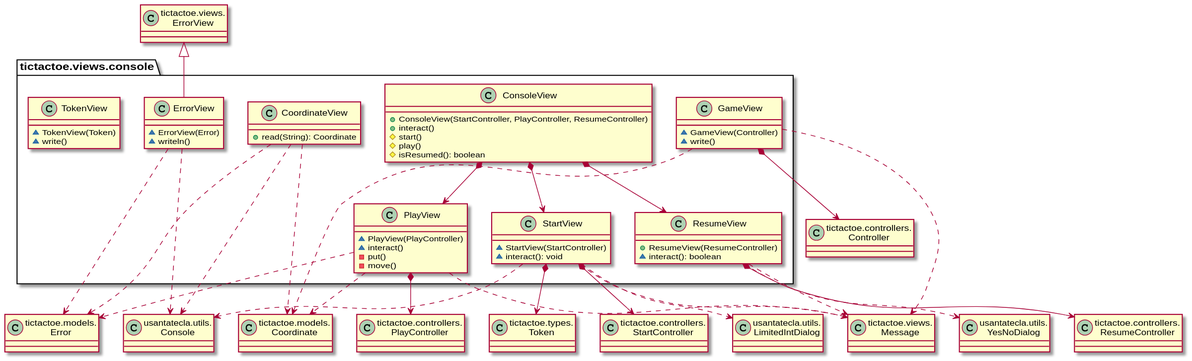
Earlier version of the PlantUML export modelViewPresenter/presentationModel/basic/docs/diagrams/out/paquetes/paqueteTicTacToeViewsConsole.svg (Jolucaa/USantaTecla-project-ticTacToe).
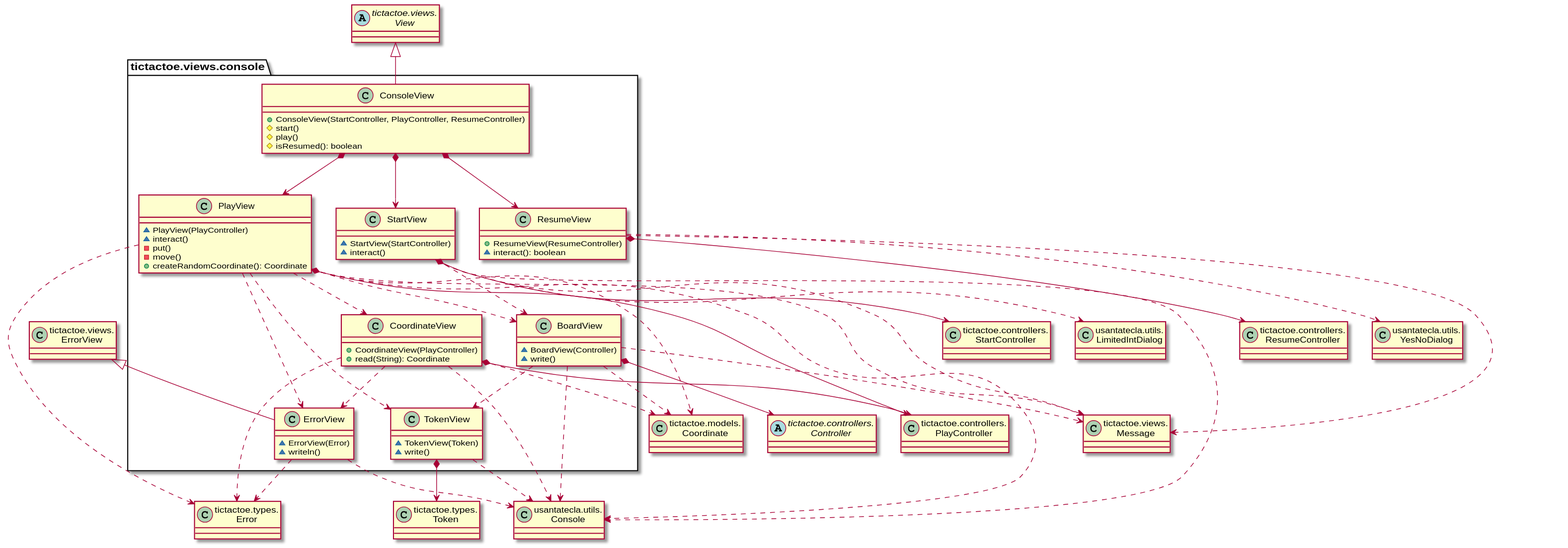
The same diagram one commit later.

Change to the diagram source:
```diff
@@ -1,85 +1,96 @@
 @startuml
-class Error as "tictactoe.models.\nError" {}
-class Coordinate as "tictactoe.models.\nCoordinate" {}
-class Console as "usantatecla.utils.\nConsole" {}
-class Controller as "tictactoe.controllers.\nController" {}
-class PlayController as "tictactoe.controllers.\nPlayController" {}
-class ResumeController as "tictactoe.controllers.\nResumeController" {}
-class YesNoDialog as "usantatecla.utils.\nYesNoDialog" {}
-class StartController as "tictactoe.controllers.\nStartController" {}
-class LimitedIntDialog as "usantatecla.utils.\nLimitedIntDialog" {}
-class Token as "tictactoe.types.\nToken" {}
-class Message as "tictactoe.views.\nMessage" {}
-class ErrorView as "tictactoe.views.\nErrorView" {}
+class Coordinate as "tictactoe.models.\nCoordinate"
+class Token as "tictactoe.types.\nToken"
+class Error as "tictactoe.types.\nError"
+abstract class Controller as "tictactoe.controllers.\nController"
+class StartController as "tictactoe.controllers.\nStartController"
+class PlayController as "tictactoe.controllers.\nPlayController"
+class ResumeController as "tictactoe.controllers.\nResumeController"
+abstract class View as "tictactoe.views.\nView"
+class Message as "tictactoe.views.\nMessage"
+class ErrorView as "tictactoe.views.\nErrorView"
+class Console as "usantatecla.utils.\nConsole"
+class YesNoDialog as "usantatecla.utils.\nYesNoDialog"
+class LimitedIntDialog as "usantatecla.utils.\nLimitedIntDialog"
 
 class tictactoe.views.console.ConsoleView{
-+ ConsoleView(StartController, PlayController, ResumeController)
-+ interact()
-# start()
-# play()
-# isResumed(): boolean
+  + ConsoleView(StartController, PlayController, ResumeController)
+  # start()
+  # play()
+  # isResumed(): boolean
 }
+tictactoe.views.console.ConsoleView -up-|> View
 tictactoe.views.console.ConsoleView *-down-> tictactoe.views.console.StartView
 tictactoe.views.console.ConsoleView *-down-> tictactoe.views.console.PlayView
 tictactoe.views.console.ConsoleView *-down-> tictactoe.views.console.ResumeView
 
 class tictactoe.views.console.CoordinateView {
-+ read(String): Coordinate
+  + CoordinateView(PlayController)
+  + read(String): Coordinate
 }
-
+tictactoe.views.console.CoordinateView *-down-> PlayController
+tictactoe.views.console.CoordinateView .down.> tictactoe.views.console.ErrorView
 tictactoe.views.console.CoordinateView .down.> Console
 tictactoe.views.console.CoordinateView .down.> Error
 tictactoe.views.console.CoordinateView .down.> Coordinate
 
 class  tictactoe.views.console.ErrorView{
-~ ErrorView(Error)
-~ writeln()
+  ~ ErrorView(Error)
+  ~ writeln()
 }
 tictactoe.views.console.ErrorView .down.> Error
 tictactoe.views.console.ErrorView .down.> Console
 ErrorView <|-down- tictactoe.views.console.ErrorView
 
-class  tictactoe.views.console.GameView{
-~ GameView(Controller)
-~ write()
+class  tictactoe.views.console.BoardView{
+  ~ BoardView(Controller)
+  ~ write()
 }
-
-tictactoe.views.console.GameView *-down-> Controller
-tictactoe.views.console.GameView .down.> Coordinate
-tictactoe.views.console.GameView .down.> Message
+tictactoe.views.console.BoardView *-down-> Controller
+tictactoe.views.console.BoardView .down.> tictactoe.views.console.TokenView
+tictactoe.views.console.BoardView .down.> Coordinate
+tictactoe.views.console.BoardView .down.> Message
+tictactoe.views.console.BoardView .down.> Console
 
 class  tictactoe.views.console.PlayView{
-~ PlayView(PlayController)
-~ interact()
-- put()
-- move()
+  ~ PlayView(PlayController)
+  ~ interact()
+  - put()
+  - move()
+  + createRandomCoordinate(): Coordinate
 }
-
 tictactoe.views.console.PlayView *-down-> PlayController
+tictactoe.views.console.PlayView .down.> tictactoe.views.console.BoardView
+tictactoe.views.console.PlayView .down.> tictactoe.views.console.TokenView
+tictactoe.views.console.PlayView .down.> tictactoe.views.console.CoordinateView
+tictactoe.views.console.PlayView .down.> tictactoe.views.console.ErrorView
 tictactoe.views.console.PlayView .down.> Coordinate
 tictactoe.views.console.PlayView .down.> Message
 tictactoe.views.console.PlayView .down.> Error
+tictactoe.views.console.PlayView .down.> Console
 
 class  tictactoe.views.console.ResumeView{
-+ ResumeView(ResumeController)
-~ interact(): boolean
+  + ResumeView(ResumeController)
+  ~ interact(): boolean
 }
 tictactoe.views.console.ResumeView *-down-> ResumeController
 tictactoe.views.console.ResumeView .down.> Message
 tictactoe.views.console.ResumeView .down.> YesNoDialog
 
 class tictactoe.views.console.StartView{
-~ StartView(StartController)
-~ interact(): void
+  ~ StartView(StartController)
+  ~ interact()
 }
 tictactoe.views.console.StartView *-down-> StartController
+tictactoe.views.console.StartView .down.> tictactoe.views.console.BoardView
 tictactoe.views.console.StartView .down.> Message
+tictactoe.views.console.StartView .down.> Console
 tictactoe.views.console.StartView .down.> LimitedIntDialog
 
 class tictactoe.views.console.TokenView{
-~ TokenView(Token)
-~ write()
+  ~ TokenView(Token)
+  ~ write()
 }
-tictactoe.views.console.StartView *-down-> Token
-tictactoe.views.console.StartView .down.> Console
+tictactoe.views.console.TokenView *-down-> Token
+tictactoe.views.console.TokenView .down.> Console
 @enduml
```
